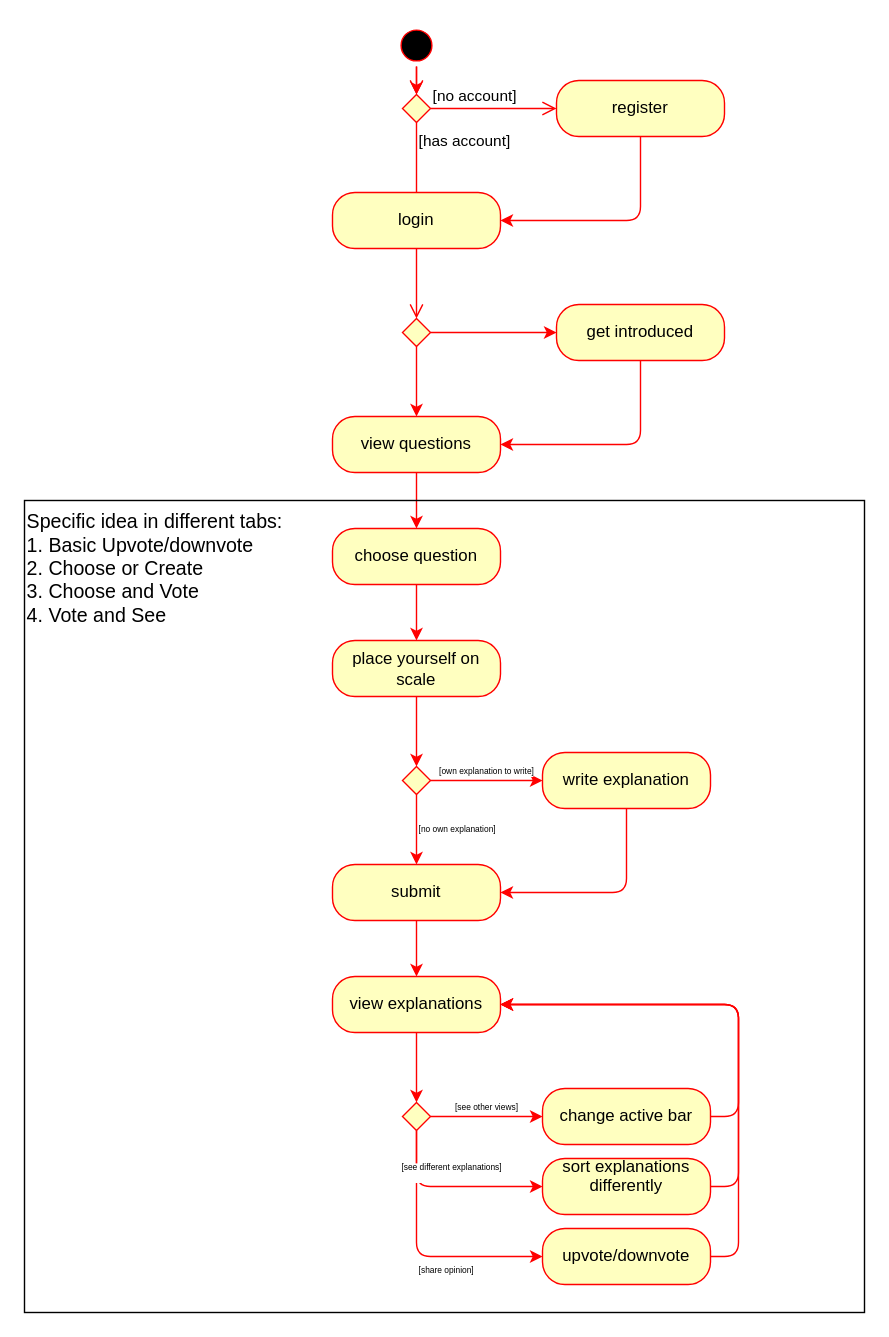
Earlier version of the draw.io diagram page "revised-diagram" (2 of 7) of diagrams/userflow.drawio (GabrielKP/vice-versa). Source tidied: cells renumbered, new cells numbered last; positions are measured from the earlier drawing's top-left corner, leaving out a move shared by most shapes. Both pictures are drawn from the tidied source at 140%, with x=0, y=0 at pixel (24, 24).
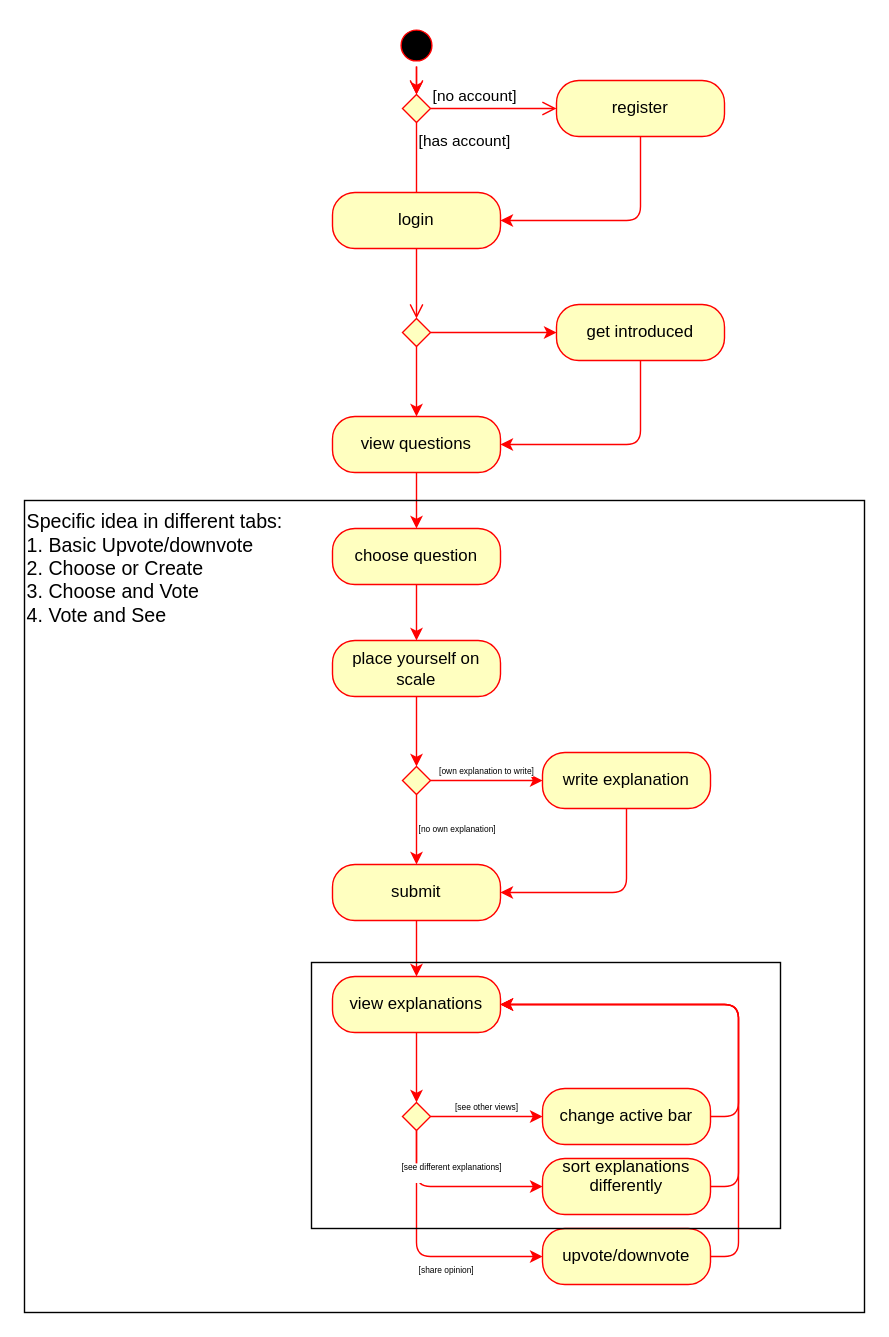
The same diagram, later.

Diff of the diagram source:
```diff
@@
+    <mxCell id="43" style="rounded=0;whiteSpace=wrap;html=1;fillColor=none;align=center;" parent="1" vertex="1">
+      <mxGeometry x="205" y="670" width="335" height="190" as="geometry" />
+    </mxCell>
```
